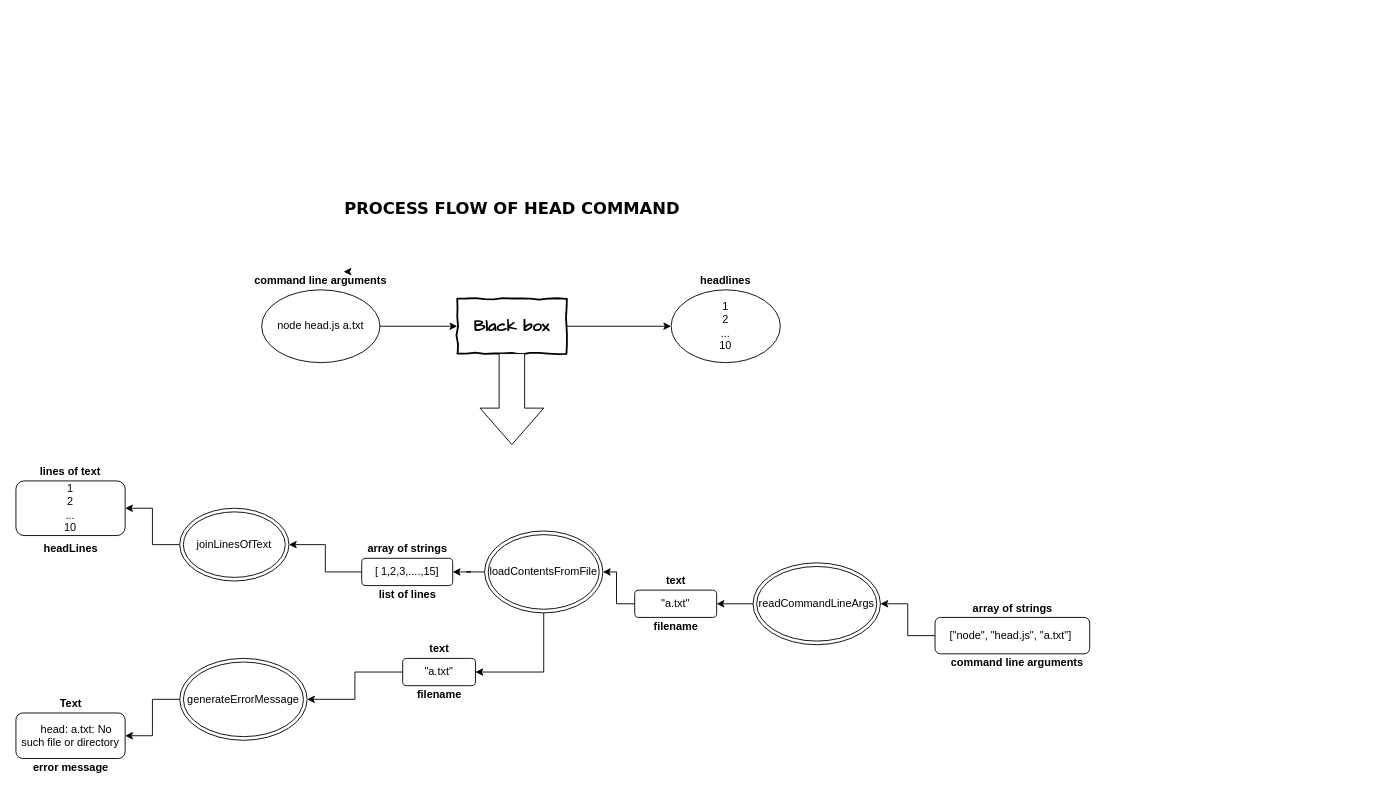
The draw.io diagram docs/head.drawio in step-batch-7/jsTools-cricket-lover, before the edit. Source tidied: cells renumbered, new cells numbered last; positions are measured from the earlier drawing's top-left corner, leaving out a move shared by most shapes. Both pictures are drawn from the tidied source at 91%, with x=0, y=0 at pixel (15, 198).
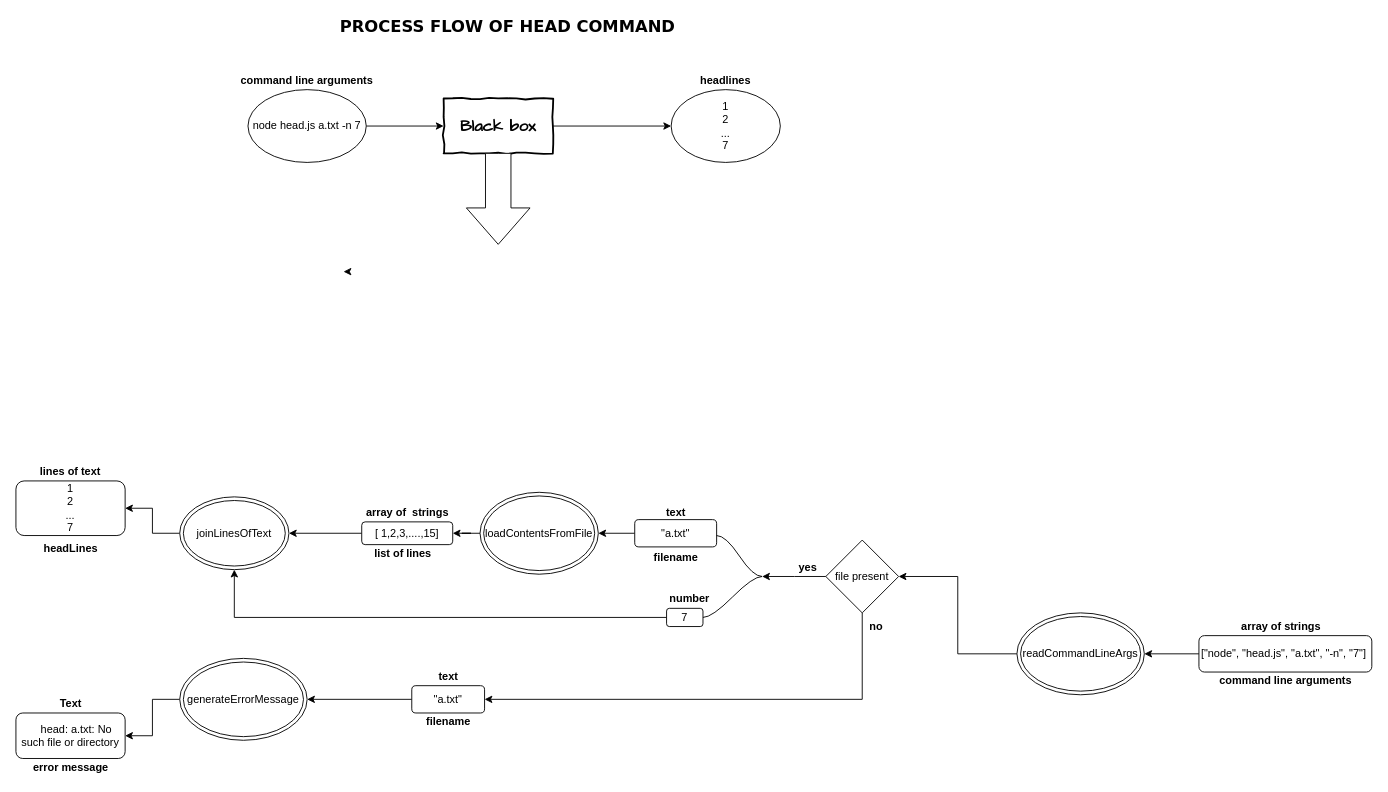
The same page after the edit.

Commit message (it also covers changes not shown here):
added jpeg format and  flow diagram of head command along with -n option

The edit, as a diff of the source:
```diff
@@
     <mxCell id="4" value="&lt;font style=&quot;font-size: 18px&quot;&gt;Black box&lt;/font&gt;" style="html=1;whiteSpace=wrap;comic=1;strokeWidth=2;fontFamily=Comic Sans MS;fontStyle=1;" parent="1" vertex="1">
-      <mxGeometry x="485" y="110" width="120" height="60" as="geometry" />
+      <mxGeometry x="470" y="-110" width="120" height="60" as="geometry" />
     </mxCell>
@@
-    <mxCell id="6" value="node head.js a.txt" style="ellipse;whiteSpace=wrap;html=1;" parent="1" vertex="1">
-      <mxGeometry x="270" y="100" width="130" height="80" as="geometry" />
+    <mxCell id="6" value="node head.js a.txt -n 7" style="ellipse;whiteSpace=wrap;html=1;" parent="1" vertex="1">
+      <mxGeometry x="255" y="-120" width="130" height="80" as="geometry" />
     </mxCell>
-    <mxCell id="7" value="1&lt;br&gt;2&lt;br&gt;...&lt;br&gt;10" style="ellipse;whiteSpace=wrap;html=1;" parent="1" vertex="1">
-      <mxGeometry x="720" y="100" width="120" height="80" as="geometry" />
+    <mxCell id="7" value="1&lt;br&gt;2&lt;br&gt;...&lt;br&gt;7" style="ellipse;whiteSpace=wrap;html=1;" parent="1" vertex="1">
+      <mxGeometry x="720" y="-120" width="120" height="80" as="geometry" />
     </mxCell>
-    <mxCell id="8" value="1&lt;br&gt;2&lt;br&gt;...&lt;br&gt;10" style="rounded=1;whiteSpace=wrap;html=1;" parent="1" vertex="1">
+    <mxCell id="8" value="1&lt;br&gt;2&lt;br&gt;...&lt;br&gt;7" style="rounded=1;whiteSpace=wrap;html=1;" parent="1" vertex="1">
       <mxGeometry y="310" width="120" height="60" as="geometry" />
     </mxCell>
@@
     <mxCell id="10" value="&lt;b&gt;command line arguments&lt;/b&gt;" style="text;html=1;strokeColor=none;fillColor=none;align=center;verticalAlign=middle;whiteSpace=wrap;rounded=0;" parent="1" vertex="1">
-      <mxGeometry x="260" y="80" width="150" height="20" as="geometry" />
+      <mxGeometry x="245" y="-140" width="150" height="20" as="geometry" />
     </mxCell>
     <mxCell id="11" value="&lt;b&gt;headlines&lt;/b&gt;" style="text;html=1;strokeColor=none;fillColor=none;align=center;verticalAlign=middle;whiteSpace=wrap;rounded=0;" parent="1" vertex="1">
-      <mxGeometry x="760" y="80" width="40" height="20" as="geometry" />
+      <mxGeometry x="760" y="-140" width="40" height="20" as="geometry" />
     </mxCell>
@@
     <mxCell id="14" value="joinLinesOfText" style="ellipse;shape=doubleEllipse;whiteSpace=wrap;html=1;" parent="1" vertex="1">
-      <mxGeometry x="180" y="340" width="120" height="80" as="geometry" />
+      <mxGeometry x="180" y="327.5" width="120" height="80" as="geometry" />
     </mxCell>
@@
     <mxCell id="16" value="&lt;div&gt;[ 1,2,3,....,15]&lt;br&gt;&lt;/div&gt;" style="rounded=1;whiteSpace=wrap;html=1;" parent="1" vertex="1">
-      <mxGeometry x="380" y="395" width="100" height="30" as="geometry" />
+      <mxGeometry x="380" y="355" width="100" height="25" as="geometry" />
     </mxCell>
-    <mxCell id="17" value="&lt;b&gt;array of strings&lt;/b&gt;" style="text;html=1;align=center;verticalAlign=middle;" parent="1" vertex="1">
-      <mxGeometry x="380" y="375" width="100" height="20" as="geometry" />
+    <mxCell id="17" value="&lt;b&gt;array of&amp;nbsp; strings&lt;/b&gt;" style="text;html=1;align=center;verticalAlign=middle;" parent="1" vertex="1">
+      <mxGeometry x="375" y="335" width="110" height="20" as="geometry" />
     </mxCell>
@@
-    <mxCell id="19" style="edgeStyle=orthogonalEdgeStyle;rounded=0;jettySize=auto;html=1;entryX=1;entryY=0.5;entryDx=0;entryDy=0;" parent="1" edge="1" source="21" target="41">
-      <mxGeometry relative="1" as="geometry">
-        <Array as="points">
-          <mxPoint x="580" y="520" />
-        </Array>
-      </mxGeometry>
-    </mxCell>
@@
     <mxCell id="21" value="loadContentsFromFile" style="ellipse;shape=doubleEllipse;whiteSpace=wrap;html=1;" parent="1" vertex="1">
-      <mxGeometry x="515" y="365" width="130" height="90" as="geometry" />
+      <mxGeometry x="510" y="322.5" width="130" height="90" as="geometry" />
     </mxCell>
@@
     <mxCell id="23" value="&quot;a.txt&quot;" style="rounded=1;whiteSpace=wrap;html=1;" parent="1" vertex="1">
-      <mxGeometry x="680" y="430" width="90" height="30" as="geometry" />
+      <mxGeometry x="680" y="352.5" width="90" height="30" as="geometry" />
     </mxCell>
     <mxCell id="24" value="&lt;b&gt;text&lt;/b&gt;" style="text;html=1;align=center;verticalAlign=middle;" parent="1" vertex="1">
-      <mxGeometry x="705" y="410" width="40" height="20" as="geometry" />
+      <mxGeometry x="705" y="335" width="40" height="20" as="geometry" />
     </mxCell>
-    <mxCell id="25" style="edgeStyle=orthogonalEdgeStyle;rounded=0;jettySize=auto;html=1;entryX=1;entryY=0.5;entryDx=0;entryDy=0;" parent="1" edge="1" source="26" target="23">
-      <mxGeometry relative="1" as="geometry" />
-    </mxCell>
+    <mxCell id="46" style="edgeStyle=orthogonalEdgeStyle;rounded=0;jettySize=auto;html=1;" parent="1" edge="1" source="26" target="52">
+      <mxGeometry relative="1" as="geometry" />
+    </mxCell>
     <mxCell id="26" value="readCommandLineArgs" style="ellipse;shape=doubleEllipse;whiteSpace=wrap;html=1;" parent="1" vertex="1">
-      <mxGeometry x="810" y="400" width="140" height="90" as="geometry" />
+      <mxGeometry x="1100" y="455" width="140" height="90" as="geometry" />
     </mxCell>
@@
     <mxCell id="28" value="&lt;b&gt;list of lines&lt;/b&gt;" style="text;html=1;align=center;verticalAlign=middle;" parent="1" vertex="1">
-      <mxGeometry x="390" y="425" width="80" height="20" as="geometry" />
+      <mxGeometry x="385" y="380" width="80" height="20" as="geometry" />
     </mxCell>
     <mxCell id="29" value="&lt;b&gt;filename&lt;/b&gt;" style="text;html=1;align=center;verticalAlign=middle;" parent="1" vertex="1">
-      <mxGeometry x="695" y="460" width="60" height="20" as="geometry" />
+      <mxGeometry x="695" y="385" width="60" height="20" as="geometry" />
     </mxCell>
@@
-    <mxCell id="31" value="&lt;div&gt;&lt;div&gt;&lt;div&gt;&lt;div&gt;[&quot;node&quot;, &quot;head.js&quot;, &quot;a.txt&quot;]&amp;nbsp;&lt;br&gt;&lt;/div&gt;&lt;/div&gt;&lt;/div&gt;&lt;/div&gt;" style="rounded=1;whiteSpace=wrap;html=1;" parent="1" vertex="1">
-      <mxGeometry x="1010" y="460" width="170" height="40" as="geometry" />
+    <mxCell id="31" value="&lt;div&gt;&lt;div&gt;&lt;div&gt;&lt;div&gt;[&quot;node&quot;, &quot;head.js&quot;, &quot;a.txt&quot;, &quot;-n&quot;, &quot;7&quot;]&amp;nbsp;&lt;br&gt;&lt;/div&gt;&lt;/div&gt;&lt;/div&gt;&lt;/div&gt;" style="rounded=1;whiteSpace=wrap;html=1;" parent="1" vertex="1">
+      <mxGeometry x="1300" y="480" width="190" height="40" as="geometry" />
     </mxCell>
@@
     <mxCell id="33" value="&lt;b&gt;array of strings&lt;/b&gt;" style="text;html=1;align=center;verticalAlign=middle;" parent="1" vertex="1">
-      <mxGeometry x="1045" y="440" width="100" height="20" as="geometry" />
+      <mxGeometry x="1340" y="460" width="100" height="20" as="geometry" />
     </mxCell>
     <mxCell id="34" value="&lt;b&gt;command line arguments&lt;/b&gt;" style="text;html=1;align=center;verticalAlign=middle;" parent="1" vertex="1">
-      <mxGeometry x="1020" y="500" width="160" height="20" as="geometry" />
+      <mxGeometry x="1315" y="520" width="160" height="20" as="geometry" />
     </mxCell>
@@
     <mxCell id="41" value="&lt;span style=&quot;white-space: normal&quot;&gt;&quot;a.txt&quot;&lt;/span&gt;" style="rounded=1;whiteSpace=wrap;html=1;" parent="1" vertex="1">
-      <mxGeometry x="425" y="505" width="80" height="30" as="geometry" />
+      <mxGeometry x="435" y="535" width="80" height="30" as="geometry" />
     </mxCell>
     <mxCell id="42" value="&lt;b&gt;filename&lt;/b&gt;" style="text;html=1;align=center;verticalAlign=middle;" parent="1" vertex="1">
-      <mxGeometry x="435" y="535" width="60" height="20" as="geometry" />
+      <mxGeometry x="445" y="565" width="60" height="20" as="geometry" />
     </mxCell>
     <mxCell id="43" value="&lt;b&gt;text&lt;/b&gt;" style="text;html=1;align=center;verticalAlign=middle;" parent="1" vertex="1">
-      <mxGeometry x="445" y="485" width="40" height="20" as="geometry" />
+      <mxGeometry x="455" y="515" width="40" height="20" as="geometry" />
     </mxCell>
     <mxCell id="44" style="html=1;shadow=0;dashed=0;align=center;verticalAlign=middle;shape=mxgraph.arrows2.arrow;dy=0.6;dx=40;direction=south;notch=0;" parent="1" vertex="1">
-      <mxGeometry x="510" y="170" width="70" height="100" as="geometry" />
+      <mxGeometry x="495" y="-50" width="70" height="100" as="geometry" />
     </mxCell>
     <mxCell id="45" value="&lt;b&gt;&lt;font face=&quot;Verdana&quot; style=&quot;font-size: 18px&quot;&gt;PROCESS FLOW OF HEAD COMMAND&lt;/font&gt;&lt;/b&gt;" style="text;html=1;align=center;verticalAlign=middle;strokeColor=none;" parent="1" vertex="1">
-      <mxGeometry x="355" width="380" height="20" as="geometry" />
+      <mxGeometry x="350" y="-200" width="380" height="20" as="geometry" />
     </mxCell>
+    <mxCell id="47" style="edgeStyle=orthogonalEdgeStyle;rounded=0;jettySize=auto;html=1;entryX=0.5;entryY=1;entryDx=0;entryDy=0;" parent="1" edge="1" source="48" target="14">
+      <mxGeometry relative="1" as="geometry">
+        <Array as="points">
+          <mxPoint x="240" y="460" />
+        </Array>
+      </mxGeometry>
+    </mxCell>
+    <mxCell id="48" value="7" style="rounded=1;whiteSpace=wrap;html=1;" parent="1" vertex="1">
+      <mxGeometry x="715" y="450" width="40" height="20" as="geometry" />
+    </mxCell>
+    <mxCell id="49" value="&lt;b&gt;number&lt;/b&gt;" style="text;html=1;align=center;verticalAlign=middle;" parent="1" vertex="1">
+      <mxGeometry x="710" y="430" width="60" height="20" as="geometry" />
+    </mxCell>
+    <mxCell id="50" style="edgeStyle=orthogonalEdgeStyle;rounded=0;jettySize=auto;html=1;entryX=1;entryY=0.5;entryDx=0;entryDy=0;" parent="1" edge="1" source="52" target="41">
+      <mxGeometry relative="1" as="geometry">
+        <Array as="points">
+          <mxPoint x="930" y="550" />
+        </Array>
+      </mxGeometry>
+    </mxCell>
+    <mxCell id="51" style="edgeStyle=orthogonalEdgeStyle;rounded=0;jettySize=auto;html=1;" parent="1" edge="1" source="52">
+      <mxGeometry relative="1" as="geometry">
+        <mxPoint x="820" y="415" as="targetPoint" />
+      </mxGeometry>
+    </mxCell>
+    <mxCell id="52" value="file present" style="rhombus;whiteSpace=wrap;html=1;" parent="1" vertex="1">
+      <mxGeometry x="890" y="375" width="80" height="80" as="geometry" />
+    </mxCell>
+    <mxCell id="53" value="&lt;b&gt;no&lt;/b&gt;" style="text;html=1;align=center;verticalAlign=middle;" parent="1" vertex="1">
+      <mxGeometry x="930" y="460" width="30" height="20" as="geometry" />
+    </mxCell>
+    <mxCell id="54" style="edgeStyle=entityRelationEdgeStyle;startArrow=none;endArrow=none;segment=10;curved=1;exitX=1;exitY=0.5;exitDx=0;exitDy=0;" parent="1" edge="1" source="48">
+      <mxGeometry relative="1" as="geometry">
+        <mxPoint x="820" y="415" as="targetPoint" />
+      </mxGeometry>
+    </mxCell>
+    <mxCell id="55" style="edgeStyle=entityRelationEdgeStyle;startArrow=none;endArrow=none;segment=10;curved=1;" parent="1" edge="1">
+      <mxGeometry relative="1" as="geometry">
+        <mxPoint x="770" y="370" as="sourcePoint" />
+        <mxPoint x="820" y="415" as="targetPoint" />
+      </mxGeometry>
+    </mxCell>
+    <mxCell id="56" value="&lt;b&gt;yes&lt;/b&gt;" style="text;html=1;align=center;verticalAlign=middle;" parent="1" vertex="1">
+      <mxGeometry x="850" y="395" width="40" height="20" as="geometry" />
+    </mxCell>
```
